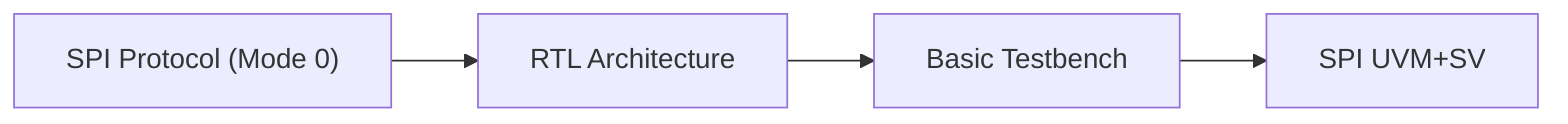
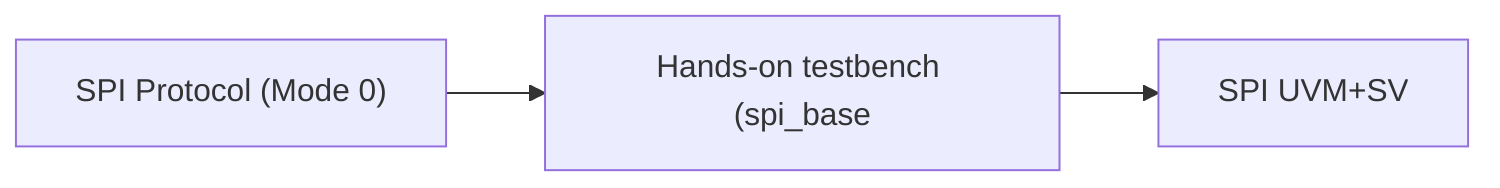
flowchart LR
  T1["SPI Protocol (Mode 0)"]
-   T2["RTL Architecture"]
+   T2["Hands-on testbench (spi_base"]
  T1 --> T2
-   T3["Basic Testbench"]
-   T2 --> T3
-   T3 --> N["SPI UVM+SV"]
+   T2 --> N["SPI UVM+SV"]
